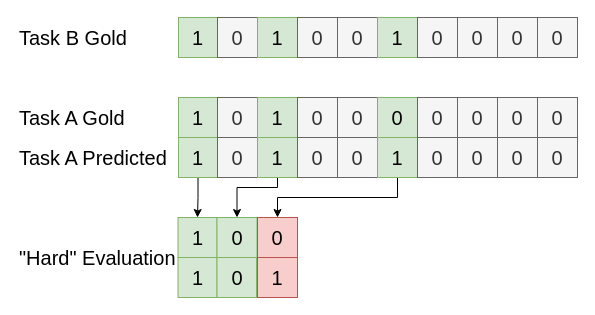
This is page "Page-5" (5 of 5) of MultiTaskClassification.drawio from Phillip-Kemper/thesis-drawings, a draw.io file, before an edit. Source tidied: cells renumbered, new cells numbered last; positions are measured from the earlier drawing's top-left corner, leaving out a move shared by most shapes. Both pictures are drawn from the tidied source at 100%, with x=0, y=0 at pixel (17, 17).
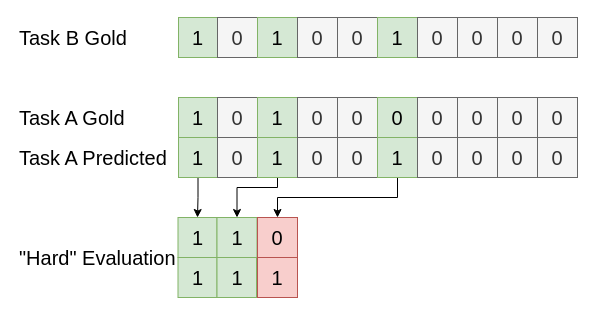
The same diagram, later.

Change to the diagram source:
```diff
@@
-    <mxCell id="36" value="&lt;span style=&quot;font-size: 20px;&quot;&gt;0&lt;/span&gt;" style="rounded=0;whiteSpace=wrap;html=1;fillColor=#d5e8d4;strokeColor=#82b366;" parent="1" vertex="1">
+    <mxCell id="36" value="&lt;span style=&quot;font-size: 20px;&quot;&gt;1&lt;/span&gt;" style="rounded=0;whiteSpace=wrap;html=1;fillColor=#d5e8d4;strokeColor=#82b366;" parent="1" vertex="1">
       <mxGeometry x="199.5" y="200" width="40" height="40" as="geometry" />
     </mxCell>
@@
-    <mxCell id="39" value="&lt;span style=&quot;font-size: 20px;&quot;&gt;0&lt;/span&gt;" style="rounded=0;whiteSpace=wrap;html=1;fillColor=#d5e8d4;strokeColor=#82b366;" parent="1" vertex="1">
+    <mxCell id="39" value="&lt;span style=&quot;font-size: 20px;&quot;&gt;1&lt;/span&gt;" style="rounded=0;whiteSpace=wrap;html=1;fillColor=#d5e8d4;strokeColor=#82b366;" parent="1" vertex="1">
       <mxGeometry x="199.5" y="240" width="39.5" height="40" as="geometry" />
     </mxCell>
```
